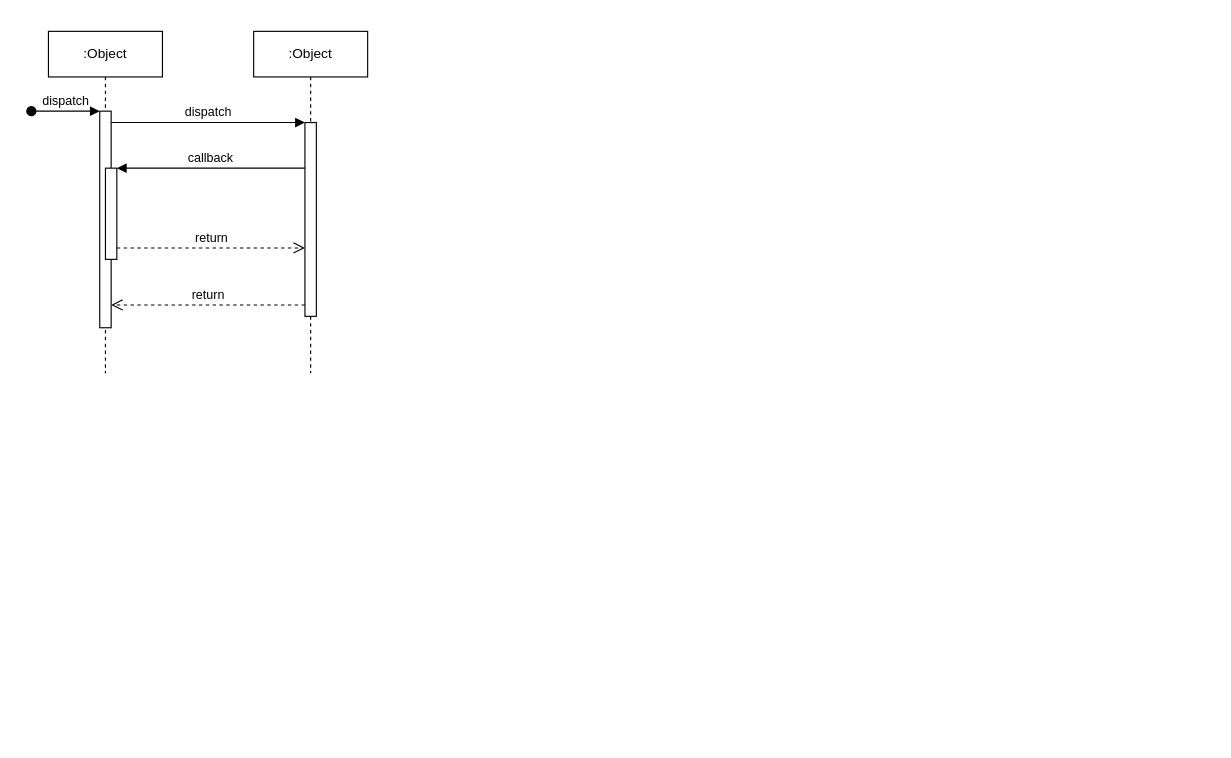
Before: public/Untitled Diagram.drawio in maniek-wq/PracaIn-, a draw.io diagram. Source tidied: cells renumbered, new cells numbered last; positions are measured from the earlier drawing's top-left corner, leaving out a move shared by most shapes. Both pictures are drawn from the tidied source at 114%, with x=0, y=0 at pixel (31, 31).
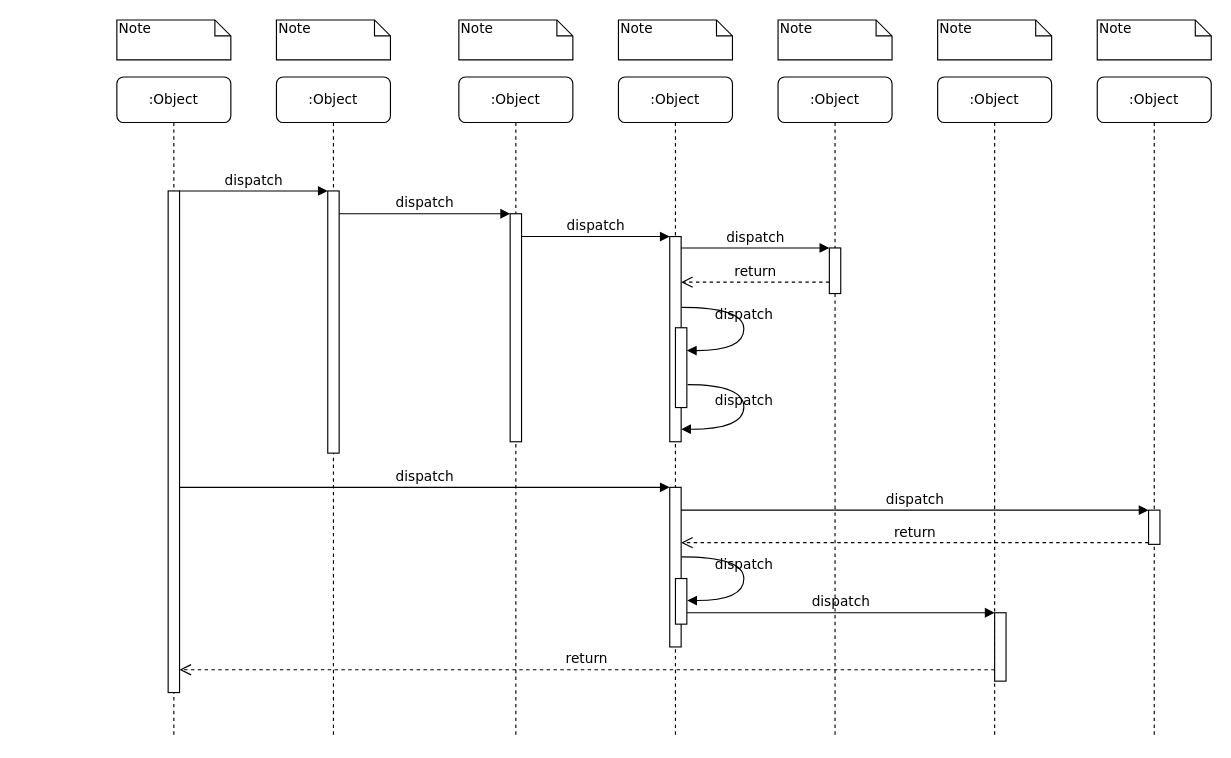
The same diagram, later.

Change to the diagram source:
```diff
@@
-    <mxCell id="2" value=":Object" style="shape=umlLifeline;perimeter=lifelinePerimeter;whiteSpace=wrap;html=1;newEdgeStyle={&quot;edgeStyle&quot;:&quot;elbowEdgeStyle&quot;,&quot;elbow&quot;:&quot;vertical&quot;,&quot;curved&quot;:0,&quot;rounded&quot;:0};" parent="1" vertex="1">
-      <mxGeometry x="15" width="100" height="300" as="geometry" />
-    </mxCell>
-    <mxCell id="3" style="html=1;points=[];perimeter=orthogonalPerimeter;outlineConnect=0;targetShapes=umlLifeline;portConstraint=eastwest;newEdgeStyle={&quot;edgeStyle&quot;:&quot;elbowEdgeStyle&quot;,&quot;elbow&quot;:&quot;vertical&quot;,&quot;curved&quot;:0,&quot;rounded&quot;:0};" parent="2" vertex="1">
-      <mxGeometry x="45" y="70" width="10" height="190" as="geometry" />
-    </mxCell>
-    <mxCell id="4" value="dispatch" style="html=1;verticalAlign=bottom;startArrow=oval;endArrow=block;startSize=8;edgeStyle=elbowEdgeStyle;elbow=vertical;curved=0;rounded=0;" parent="2" edge="1" target="3">
-      <mxGeometry relative="1" as="geometry">
-        <mxPoint x="-15" y="70" as="sourcePoint" />
-      </mxGeometry>
-    </mxCell>
-    <mxCell id="5" style="html=1;points=[];perimeter=orthogonalPerimeter;outlineConnect=0;targetShapes=umlLifeline;portConstraint=eastwest;newEdgeStyle={&quot;edgeStyle&quot;:&quot;elbowEdgeStyle&quot;,&quot;elbow&quot;:&quot;vertical&quot;,&quot;curved&quot;:0,&quot;rounded&quot;:0};" parent="2" vertex="1">
-      <mxGeometry x="50" y="120" width="10" height="80" as="geometry" />
-    </mxCell>
-    <mxCell id="6" value=":Object" style="shape=umlLifeline;perimeter=lifelinePerimeter;whiteSpace=wrap;html=1;newEdgeStyle={&quot;edgeStyle&quot;:&quot;elbowEdgeStyle&quot;,&quot;elbow&quot;:&quot;vertical&quot;,&quot;curved&quot;:0,&quot;rounded&quot;:0};" parent="1" vertex="1">
-      <mxGeometry x="195" width="100" height="300" as="geometry" />
-    </mxCell>
-    <mxCell id="7" style="html=1;points=[];perimeter=orthogonalPerimeter;outlineConnect=0;targetShapes=umlLifeline;portConstraint=eastwest;newEdgeStyle={&quot;edgeStyle&quot;:&quot;elbowEdgeStyle&quot;,&quot;elbow&quot;:&quot;vertical&quot;,&quot;curved&quot;:0,&quot;rounded&quot;:0};" parent="6" vertex="1">
-      <mxGeometry x="45" y="80" width="10" height="170" as="geometry" />
-    </mxCell>
-    <mxCell id="8" value="dispatch" style="html=1;verticalAlign=bottom;endArrow=block;edgeStyle=elbowEdgeStyle;elbow=vertical;curved=0;rounded=0;" parent="1" edge="1" source="3" target="7">
-      <mxGeometry relative="1" as="geometry">
-        <Array as="points">
-          <mxPoint x="155" y="80" />
-        </Array>
-      </mxGeometry>
-    </mxCell>
-    <mxCell id="9" value="return" style="html=1;verticalAlign=bottom;endArrow=open;dashed=1;endSize=8;edgeStyle=elbowEdgeStyle;elbow=vertical;curved=0;rounded=0;" parent="1" edge="1" source="7" target="3">
-      <mxGeometry relative="1" as="geometry">
-        <Array as="points">
-          <mxPoint x="165" y="240" />
-        </Array>
-      </mxGeometry>
-    </mxCell>
-    <mxCell id="10" value="callback" style="html=1;verticalAlign=bottom;endArrow=block;edgeStyle=elbowEdgeStyle;elbow=vertical;curved=0;rounded=0;" parent="1" edge="1" source="7" target="5">
-      <mxGeometry relative="1" as="geometry">
-        <Array as="points">
-          <mxPoint x="165" y="120" />
-        </Array>
-      </mxGeometry>
-    </mxCell>
-    <mxCell id="11" value="return" style="html=1;verticalAlign=bottom;endArrow=open;dashed=1;endSize=8;edgeStyle=elbowEdgeStyle;elbow=vertical;curved=0;rounded=0;" parent="1" edge="1" source="5" target="7">
-      <mxGeometry relative="1" as="geometry">
-        <Array as="points">
-          <mxPoint x="155" y="190" />
-        </Array>
-      </mxGeometry>
-    </mxCell>
+    <mxCell id="12" value=":Object" style="shape=umlLifeline;perimeter=lifelinePerimeter;whiteSpace=wrap;html=1;rounded=1;shadow=0;comic=0;labelBackgroundColor=none;strokeWidth=1;fontFamily=Verdana;fontSize=12;align=center;" parent="1" vertex="1">
+      <mxGeometry x="215" y="40" width="100" height="580" as="geometry" />
+    </mxCell>
+    <mxCell id="13" style="html=1;points=[];perimeter=orthogonalPerimeter;rounded=0;shadow=0;comic=0;labelBackgroundColor=none;strokeWidth=1;fontFamily=Verdana;fontSize=12;align=center;" parent="12" vertex="1">
+      <mxGeometry x="45" y="100" width="10" height="230" as="geometry" />
+    </mxCell>
+    <mxCell id="14" value=":Object" style="shape=umlLifeline;perimeter=lifelinePerimeter;whiteSpace=wrap;html=1;rounded=1;shadow=0;comic=0;labelBackgroundColor=none;strokeWidth=1;fontFamily=Verdana;fontSize=12;align=center;" parent="1" vertex="1">
+      <mxGeometry x="375" y="40" width="100" height="580" as="geometry" />
+    </mxCell>
+    <mxCell id="15" style="html=1;points=[];perimeter=orthogonalPerimeter;rounded=0;shadow=0;comic=0;labelBackgroundColor=none;strokeWidth=1;fontFamily=Verdana;fontSize=12;align=center;" parent="14" vertex="1">
+      <mxGeometry x="45" y="120" width="10" height="200" as="geometry" />
+    </mxCell>
+    <mxCell id="16" value=":Object" style="shape=umlLifeline;perimeter=lifelinePerimeter;whiteSpace=wrap;html=1;rounded=1;shadow=0;comic=0;labelBackgroundColor=none;strokeWidth=1;fontFamily=Verdana;fontSize=12;align=center;" parent="1" vertex="1">
+      <mxGeometry x="515" y="40" width="100" height="580" as="geometry" />
+    </mxCell>
+    <mxCell id="17" value=":Object" style="shape=umlLifeline;perimeter=lifelinePerimeter;whiteSpace=wrap;html=1;rounded=1;shadow=0;comic=0;labelBackgroundColor=none;strokeWidth=1;fontFamily=Verdana;fontSize=12;align=center;" parent="1" vertex="1">
+      <mxGeometry x="655" y="40" width="100" height="580" as="geometry" />
+    </mxCell>
+    <mxCell id="18" value=":Object" style="shape=umlLifeline;perimeter=lifelinePerimeter;whiteSpace=wrap;html=1;rounded=1;shadow=0;comic=0;labelBackgroundColor=none;strokeWidth=1;fontFamily=Verdana;fontSize=12;align=center;" parent="1" vertex="1">
+      <mxGeometry x="795" y="40" width="100" height="580" as="geometry" />
+    </mxCell>
+    <mxCell id="19" value=":Object" style="shape=umlLifeline;perimeter=lifelinePerimeter;whiteSpace=wrap;html=1;rounded=1;shadow=0;comic=0;labelBackgroundColor=none;strokeWidth=1;fontFamily=Verdana;fontSize=12;align=center;" parent="1" vertex="1">
+      <mxGeometry x="935" y="40" width="100" height="580" as="geometry" />
+    </mxCell>
+    <mxCell id="20" value=":Object" style="shape=umlLifeline;perimeter=lifelinePerimeter;whiteSpace=wrap;html=1;rounded=1;shadow=0;comic=0;labelBackgroundColor=none;strokeWidth=1;fontFamily=Verdana;fontSize=12;align=center;" parent="1" vertex="1">
+      <mxGeometry x="75" y="40" width="100" height="580" as="geometry" />
+    </mxCell>
+    <mxCell id="21" style="html=1;points=[];perimeter=orthogonalPerimeter;rounded=0;shadow=0;comic=0;labelBackgroundColor=none;strokeWidth=1;fontFamily=Verdana;fontSize=12;align=center;" parent="20" vertex="1">
+      <mxGeometry x="45" y="100" width="10" height="440" as="geometry" />
+    </mxCell>
+    <mxCell id="22" style="html=1;points=[];perimeter=orthogonalPerimeter;rounded=0;shadow=0;comic=0;labelBackgroundColor=none;strokeWidth=1;fontFamily=Verdana;fontSize=12;align=center;" parent="1" vertex="1">
+      <mxGeometry x="560" y="180" width="10" height="180" as="geometry" />
+    </mxCell>
+    <mxCell id="23" value="dispatch" style="html=1;verticalAlign=bottom;endArrow=block;labelBackgroundColor=none;fontFamily=Verdana;fontSize=12;edgeStyle=elbowEdgeStyle;elbow=vertical;" parent="1" edge="1" source="15" target="22">
+      <mxGeometry relative="1" as="geometry">
+        <Array as="points">
+          <mxPoint x="435" y="180" />
+        </Array>
+      </mxGeometry>
+    </mxCell>
+    <mxCell id="24" style="html=1;points=[];perimeter=orthogonalPerimeter;rounded=0;shadow=0;comic=0;labelBackgroundColor=none;strokeWidth=1;fontFamily=Verdana;fontSize=12;align=center;" parent="1" vertex="1">
+      <mxGeometry x="700" y="190" width="10" height="40" as="geometry" />
+    </mxCell>
+    <mxCell id="25" value="dispatch" style="html=1;verticalAlign=bottom;endArrow=block;entryX=0;entryY=0;labelBackgroundColor=none;fontFamily=Verdana;fontSize=12;edgeStyle=elbowEdgeStyle;elbow=vertical;" parent="1" edge="1" source="22" target="24">
+      <mxGeometry relative="1" as="geometry" />
+    </mxCell>
+    <mxCell id="26" value="return" style="html=1;verticalAlign=bottom;endArrow=open;dashed=1;endSize=8;labelBackgroundColor=none;fontFamily=Verdana;fontSize=12;edgeStyle=elbowEdgeStyle;elbow=vertical;" parent="1" edge="1" source="24" target="22">
+      <mxGeometry relative="1" as="geometry">
+        <Array as="points">
+          <mxPoint x="645" y="220" />
+          <mxPoint x="675" y="220" />
+        </Array>
+      </mxGeometry>
+    </mxCell>
+    <mxCell id="27" style="html=1;points=[];perimeter=orthogonalPerimeter;rounded=0;shadow=0;comic=0;labelBackgroundColor=none;strokeWidth=1;fontFamily=Verdana;fontSize=12;align=center;" parent="1" vertex="1">
+      <mxGeometry x="560" y="400" width="10" height="140" as="geometry" />
+    </mxCell>
+    <mxCell id="28" value="dispatch" style="html=1;verticalAlign=bottom;endArrow=block;entryX=0;entryY=0;labelBackgroundColor=none;fontFamily=Verdana;fontSize=12;" parent="1" edge="1" source="21" target="27">
+      <mxGeometry relative="1" as="geometry" />
+    </mxCell>
+    <mxCell id="29" style="html=1;points=[];perimeter=orthogonalPerimeter;rounded=0;shadow=0;comic=0;labelBackgroundColor=none;strokeColor=#000000;strokeWidth=1;fillColor=#FFFFFF;fontFamily=Verdana;fontSize=12;fontColor=#000000;align=center;" parent="1" vertex="1">
+      <mxGeometry x="980" y="420" width="10" height="30" as="geometry" />
+    </mxCell>
+    <mxCell id="30" value="dispatch" style="html=1;verticalAlign=bottom;endArrow=block;entryX=0;entryY=0;labelBackgroundColor=none;fontFamily=Verdana;fontSize=12;" parent="1" edge="1" source="27" target="29">
+      <mxGeometry relative="1" as="geometry" />
+    </mxCell>
+    <mxCell id="31" value="return" style="html=1;verticalAlign=bottom;endArrow=open;dashed=1;endSize=8;exitX=0;exitY=0.95;labelBackgroundColor=none;fontFamily=Verdana;fontSize=12;" parent="1" edge="1" source="29" target="27">
+      <mxGeometry relative="1" as="geometry" />
+    </mxCell>
+    <mxCell id="32" style="html=1;points=[];perimeter=orthogonalPerimeter;rounded=0;shadow=0;comic=0;labelBackgroundColor=none;strokeWidth=1;fontFamily=Verdana;fontSize=12;align=center;" parent="1" vertex="1">
+      <mxGeometry x="845" y="510" width="10" height="60" as="geometry" />
+    </mxCell>
+    <mxCell id="33" value="dispatch" style="html=1;verticalAlign=bottom;endArrow=block;entryX=0;entryY=0;labelBackgroundColor=none;fontFamily=Verdana;fontSize=12;edgeStyle=elbowEdgeStyle;elbow=vertical;" parent="1" edge="1" source="40" target="32">
+      <mxGeometry relative="1" as="geometry" />
+    </mxCell>
+    <mxCell id="34" value="return" style="html=1;verticalAlign=bottom;endArrow=open;dashed=1;endSize=8;labelBackgroundColor=none;fontFamily=Verdana;fontSize=12;edgeStyle=elbowEdgeStyle;elbow=vertical;" parent="1" edge="1" source="32" target="21">
+      <mxGeometry relative="1" as="geometry">
+        <Array as="points">
+          <mxPoint x="545" y="560" />
+        </Array>
+      </mxGeometry>
+    </mxCell>
+    <mxCell id="35" value="dispatch" style="html=1;verticalAlign=bottom;endArrow=block;entryX=0;entryY=0;labelBackgroundColor=none;fontFamily=Verdana;fontSize=12;edgeStyle=elbowEdgeStyle;elbow=vertical;" parent="1" edge="1" source="21" target="13">
+      <mxGeometry relative="1" as="geometry" />
+    </mxCell>
+    <mxCell id="36" value="dispatch" style="html=1;verticalAlign=bottom;endArrow=block;entryX=0;entryY=0;labelBackgroundColor=none;fontFamily=Verdana;fontSize=12;edgeStyle=elbowEdgeStyle;elbow=vertical;" parent="1" edge="1" source="13" target="15">
+      <mxGeometry relative="1" as="geometry" />
+    </mxCell>
+    <mxCell id="37" style="html=1;points=[];perimeter=orthogonalPerimeter;rounded=0;shadow=0;comic=0;labelBackgroundColor=none;strokeWidth=1;fontFamily=Verdana;fontSize=12;align=center;" parent="1" vertex="1">
+      <mxGeometry x="565" y="260" width="10" height="70" as="geometry" />
+    </mxCell>
+    <mxCell id="38" value="dispatch" style="html=1;verticalAlign=bottom;endArrow=block;labelBackgroundColor=none;fontFamily=Verdana;fontSize=12;elbow=vertical;edgeStyle=orthogonalEdgeStyle;curved=1;entryX=1;entryY=0.286;entryPerimeter=0;exitX=1.038;exitY=0.345;exitPerimeter=0;" parent="1" edge="1" source="22" target="37">
+      <mxGeometry relative="1" as="geometry">
+        <Array as="points">
+          <mxPoint x="625" y="242" />
+          <mxPoint x="625" y="280" />
+        </Array>
+      </mxGeometry>
+    </mxCell>
+    <mxCell id="39" value="dispatch" style="html=1;verticalAlign=bottom;endArrow=block;labelBackgroundColor=none;fontFamily=Verdana;fontSize=12;elbow=vertical;edgeStyle=orthogonalEdgeStyle;curved=1;exitX=1.066;exitY=0.713;exitPerimeter=0;" parent="1" edge="1" source="37">
+      <mxGeometry relative="1" as="geometry">
+        <mxPoint x="570" y="349" as="targetPoint" />
+        <Array as="points">
+          <mxPoint x="625" y="310" />
+          <mxPoint x="625" y="349" />
+        </Array>
+      </mxGeometry>
+    </mxCell>
+    <mxCell id="40" style="html=1;points=[];perimeter=orthogonalPerimeter;rounded=0;shadow=0;comic=0;labelBackgroundColor=none;strokeWidth=1;fontFamily=Verdana;fontSize=12;align=center;" parent="1" vertex="1">
+      <mxGeometry x="565" y="480" width="10" height="40" as="geometry" />
+    </mxCell>
+    <mxCell id="41" value="dispatch" style="html=1;verticalAlign=bottom;endArrow=block;labelBackgroundColor=none;fontFamily=Verdana;fontSize=12;elbow=vertical;edgeStyle=orthogonalEdgeStyle;curved=1;entryX=1;entryY=0.286;entryPerimeter=0;exitX=1.038;exitY=0.345;exitPerimeter=0;" parent="1" edge="1">
+      <mxGeometry relative="1" as="geometry">
+        <mxPoint x="570.3" y="461" as="sourcePoint" />
+        <mxPoint x="575.3" y="499.3" as="targetPoint" />
+        <Array as="points">
+          <mxPoint x="625" y="461" />
+          <mxPoint x="625" y="499" />
+        </Array>
+      </mxGeometry>
+    </mxCell>
+    <mxCell id="42" value="Note" style="shape=note;whiteSpace=wrap;html=1;size=14;verticalAlign=top;align=left;spacingTop=-6;rounded=0;shadow=0;comic=0;labelBackgroundColor=none;strokeWidth=1;fontFamily=Verdana;fontSize=12;" parent="1" vertex="1">
+      <mxGeometry x="75" y="-10" width="100" height="35" as="geometry" />
+    </mxCell>
+    <mxCell id="43" value="Note" style="shape=note;whiteSpace=wrap;html=1;size=14;verticalAlign=top;align=left;spacingTop=-6;rounded=0;shadow=0;comic=0;labelBackgroundColor=none;strokeWidth=1;fontFamily=Verdana;fontSize=12;" parent="1" vertex="1">
+      <mxGeometry x="215" y="-10" width="100" height="35" as="geometry" />
+    </mxCell>
+    <mxCell id="44" value="Note" style="shape=note;whiteSpace=wrap;html=1;size=14;verticalAlign=top;align=left;spacingTop=-6;rounded=0;shadow=0;comic=0;labelBackgroundColor=none;strokeWidth=1;fontFamily=Verdana;fontSize=12;" parent="1" vertex="1">
+      <mxGeometry x="375" y="-10" width="100" height="35" as="geometry" />
+    </mxCell>
+    <mxCell id="45" value="Note" style="shape=note;whiteSpace=wrap;html=1;size=14;verticalAlign=top;align=left;spacingTop=-6;rounded=0;shadow=0;comic=0;labelBackgroundColor=none;strokeWidth=1;fontFamily=Verdana;fontSize=12;" parent="1" vertex="1">
+      <mxGeometry x="515" y="-10" width="100" height="35" as="geometry" />
+    </mxCell>
+    <mxCell id="46" value="Note" style="shape=note;whiteSpace=wrap;html=1;size=14;verticalAlign=top;align=left;spacingTop=-6;rounded=0;shadow=0;comic=0;labelBackgroundColor=none;strokeWidth=1;fontFamily=Verdana;fontSize=12;" parent="1" vertex="1">
+      <mxGeometry x="655" y="-10" width="100" height="35" as="geometry" />
+    </mxCell>
+    <mxCell id="47" value="Note" style="shape=note;whiteSpace=wrap;html=1;size=14;verticalAlign=top;align=left;spacingTop=-6;rounded=0;shadow=0;comic=0;labelBackgroundColor=none;strokeWidth=1;fontFamily=Verdana;fontSize=12;" parent="1" vertex="1">
+      <mxGeometry x="795" y="-10" width="100" height="35" as="geometry" />
+    </mxCell>
+    <mxCell id="48" value="Note" style="shape=note;whiteSpace=wrap;html=1;size=14;verticalAlign=top;align=left;spacingTop=-6;rounded=0;shadow=0;comic=0;labelBackgroundColor=none;strokeWidth=1;fontFamily=Verdana;fontSize=12;" parent="1" vertex="1">
+      <mxGeometry x="935" y="-10" width="100" height="35" as="geometry" />
+    </mxCell>
```
